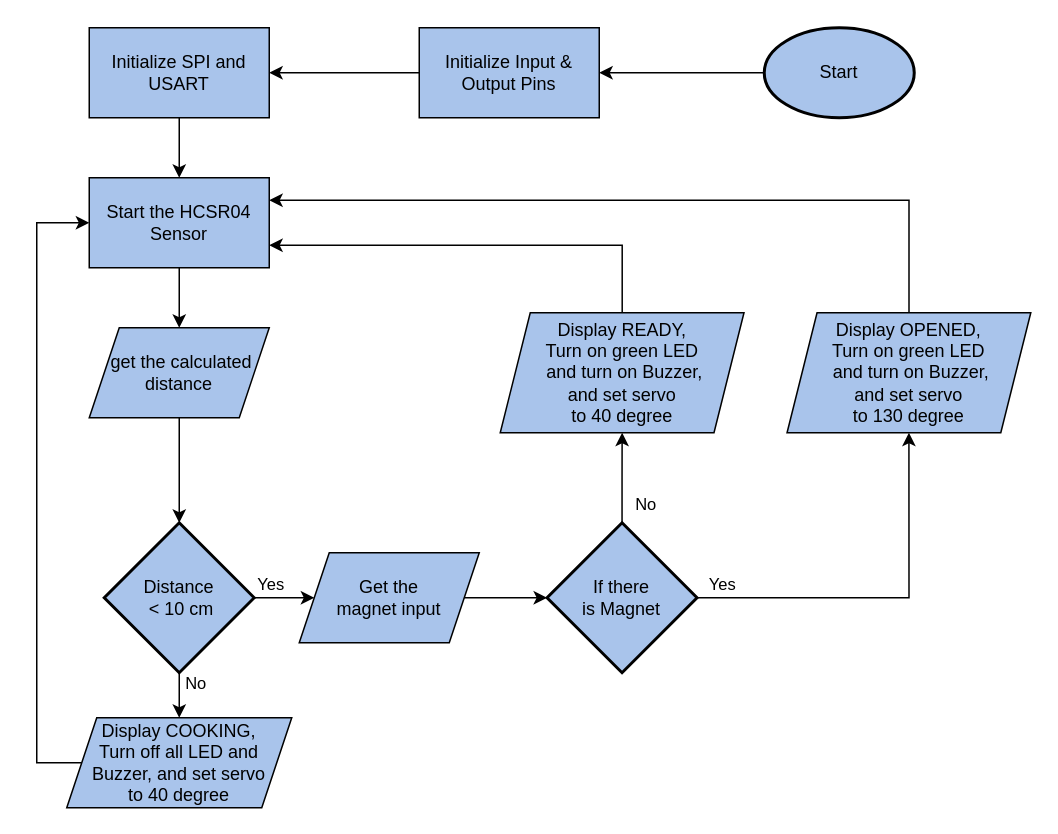
The draw.io diagram Software_Flowchart.drawio in rayhan-akbar/FinalProject-B4, before the edit. Source tidied: cells renumbered, new cells numbered last; positions are measured from the earlier drawing's top-left corner, leaving out a move shared by most shapes. Both pictures are drawn from the tidied source at 150%, with x=0, y=0 at pixel (36, 27).
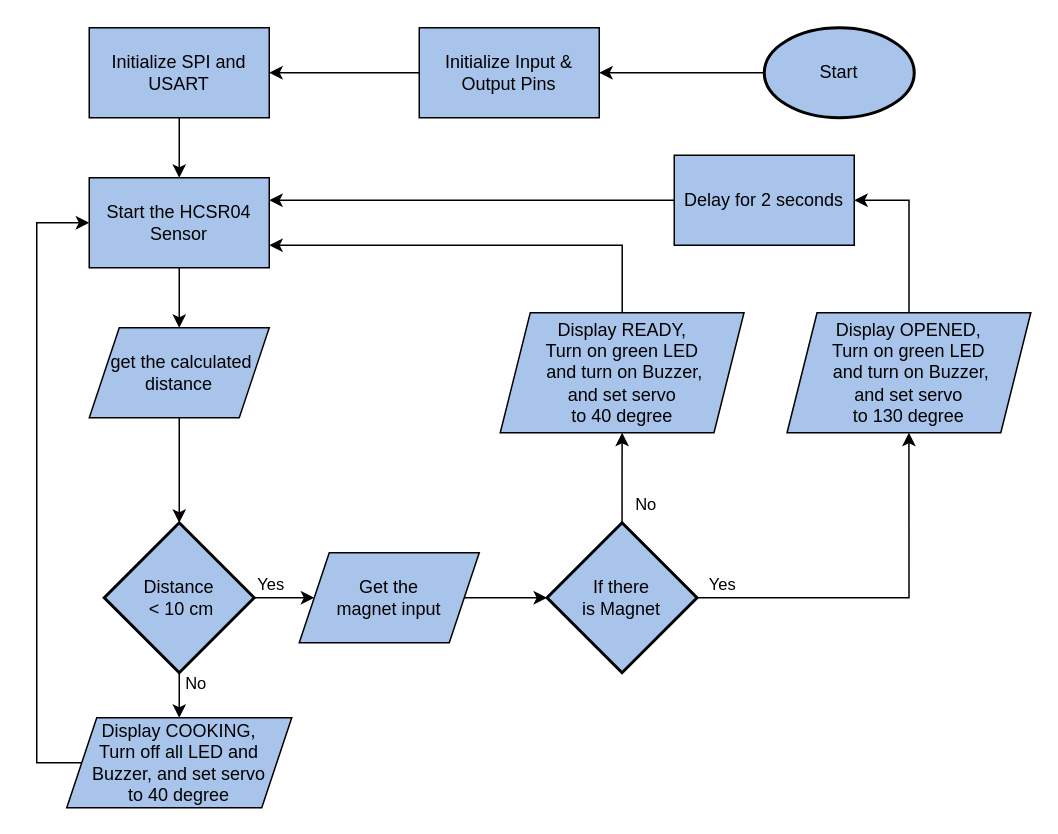
After the change.

Unchanged cells that the change refers to:
```xml
<mxCell id="7" value="Start the HCSR04 Sensor" style="rounded=0;whiteSpace=wrap;html=1;fillColor=#A9C4EB;" parent="1" vertex="1">
  <mxGeometry x="35" y="100" width="120" height="60" as="geometry" />
</mxCell>
<mxCell id="29" value="Display OPENED,&lt;br&gt;Turn on green LED&lt;br&gt;&amp;nbsp;and turn on Buzzer, &lt;br&gt;and set servo&lt;br&gt;to 130 degree" style="shape=parallelogram;perimeter=parallelogramPerimeter;whiteSpace=wrap;html=1;fixedSize=1;fillColor=#A9C4EB;" parent="1" vertex="1">
  <mxGeometry x="500.2" y="190" width="162.5" height="80" as="geometry" />
</mxCell>
```

Diff of the diagram source:
```diff
@@
-    <mxCell id="28" style="edgeStyle=orthogonalEdgeStyle;rounded=0;jettySize=auto;html=1;entryX=1;entryY=0.25;entryDx=0;entryDy=0;" parent="1" edge="1" source="29" target="7">
-      <mxGeometry relative="1" as="geometry">
-        <Array as="points">
-          <mxPoint x="582" y="115" />
-        </Array>
-      </mxGeometry>
-    </mxCell>
+    <mxCell id="30" style="edgeStyle=orthogonalEdgeStyle;rounded=0;jettySize=auto;html=1;entryX=1;entryY=0.5;entryDx=0;entryDy=0;" parent="1" edge="1" source="29" target="32">
+      <mxGeometry relative="1" as="geometry" />
+    </mxCell>
@@
+    <mxCell id="31" style="edgeStyle=orthogonalEdgeStyle;rounded=0;jettySize=auto;html=1;entryX=1;entryY=0.25;entryDx=0;entryDy=0;" parent="1" edge="1" source="32" target="7">
+      <mxGeometry relative="1" as="geometry" />
+    </mxCell>
+    <mxCell id="32" value="Delay for 2 seconds" style="rounded=0;whiteSpace=wrap;html=1;fillColor=#A9C4EB;" parent="1" vertex="1">
+      <mxGeometry x="425" y="85" width="120" height="60" as="geometry" />
+    </mxCell>
```
